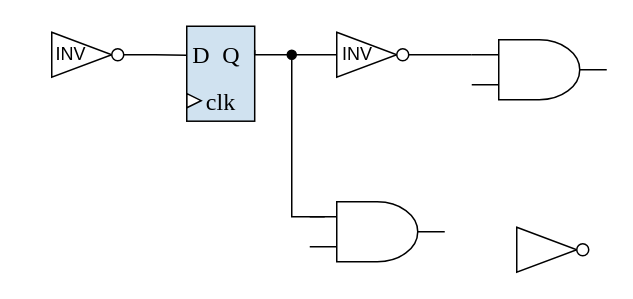
Earlier version of the draw.io diagram TimingGraoh.drawio (kxzhu0505/Delay-Padding-For-Multi-corner). Source tidied: cells renumbered, new cells numbered last; positions are measured from the earlier drawing's top-left corner, leaving out a move shared by most shapes. Both pictures are drawn from the tidied source at 150%, with x=0, y=0 at pixel (26, 26).
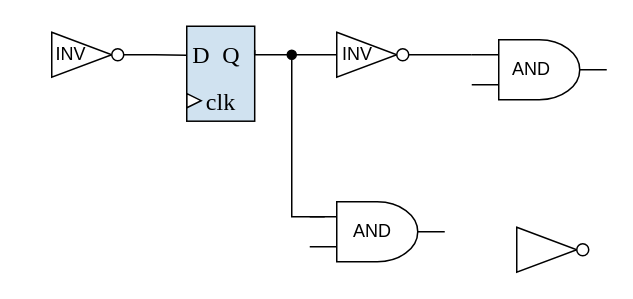
The same page after the edit.

Diff of the diagram source:
```diff
@@
+    <mxCell id="25" value="AND" style="text;html=1;align=center;verticalAlign=middle;whiteSpace=wrap;rounded=0;" parent="1" vertex="1">
+      <mxGeometry x="307" y="14" width="60" height="30" as="geometry" />
+    </mxCell>
+    <mxCell id="26" value="AND" style="text;html=1;align=center;verticalAlign=middle;whiteSpace=wrap;rounded=0;" parent="1" vertex="1">
+      <mxGeometry x="201" y="122" width="60" height="30" as="geometry" />
+    </mxCell>
```
